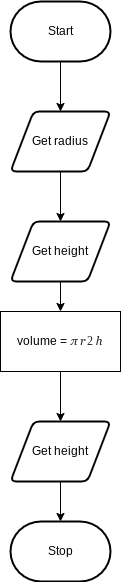
Above: flowchart.png in Huzaifa-Khalid-2/ICS3U-Unit5-04-Python (draw.io), before the change. Source tidied: cells renumbered, new cells last; positions are measured from the earlier drawing's top-left corner, leaving out a move shared by most shapes.
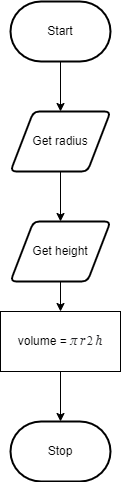
The same diagram one commit later.

The edit, as a diff of the source:
```diff
@@ -33,13 +33,7 @@
       <mxGeometry y="310" width="120" height="60" as="geometry" />
     </mxCell>
     <mxCell id="10" value="Stop" style="strokeWidth=2;html=1;shape=mxgraph.flowchart.terminator;whiteSpace=wrap;" parent="1" vertex="1">
-      <mxGeometry x="10" y="520" width="100" height="60" as="geometry" />
+      <mxGeometry x="10" y="420" width="100" height="60" as="geometry" />
     </mxCell>
-    <mxCell id="11" style="edgeStyle=none;html=1;entryX=0.5;entryY=0;entryDx=0;entryDy=0;entryPerimeter=0;fontSize=12;" parent="1" edge="1" source="12" target="10">
-      <mxGeometry relative="1" as="geometry" />
-    </mxCell>
-    <mxCell id="12" value="Get height" style="shape=parallelogram;html=1;strokeWidth=2;perimeter=parallelogramPerimeter;whiteSpace=wrap;rounded=1;arcSize=12;size=0.23;" parent="1" vertex="1">
-      <mxGeometry x="10" y="420" width="100" height="60" as="geometry" />
-    </mxCell>
   </root>
 </mxGraphModel>
```
